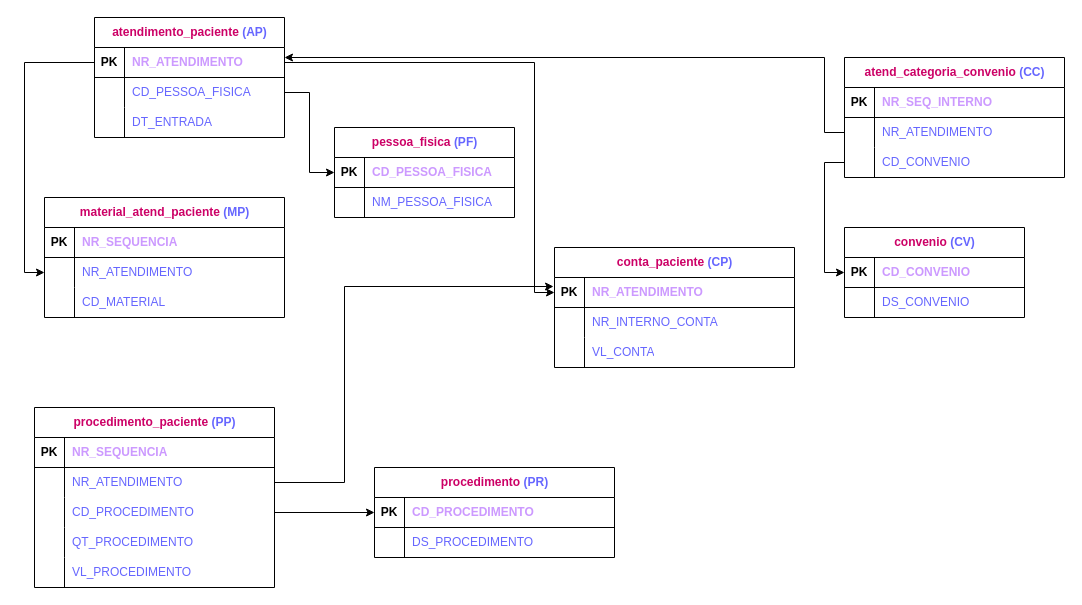
Above: Exercício14.drawio in PatriciaGavloski/diagramas.sql (draw.io), before the change. Source tidied: cells renumbered, new cells numbered last; positions are measured from the earlier drawing's top-left corner, leaving out a move shared by most shapes. Both pictures are drawn from the tidied source at 100%, with x=0, y=0 at pixel (34, 17).
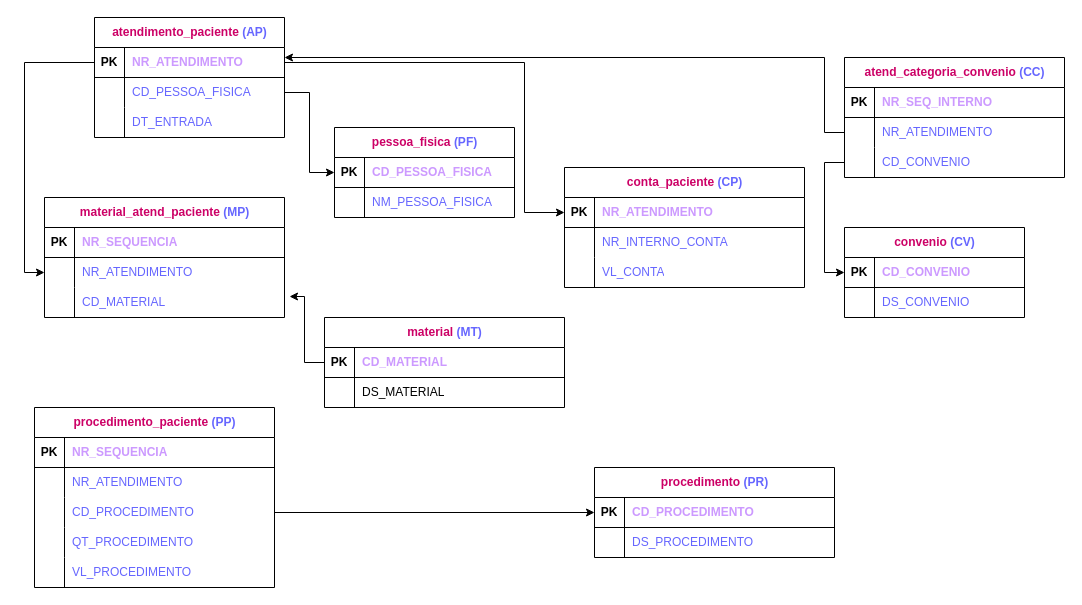
The same page after the edit.

The change refers to these unchanged cells:
```xml
<mxCell id="3" style="shape=tableRow;horizontal=0;startSize=0;swimlaneHead=0;swimlaneBody=0;fillColor=none;points=[[0,0.5],[1,0.5]];portConstraint=eastwest;top=0;left=0;right=0;bottom=1;" parent="2" vertex="1">
  <mxGeometry y="30" width="240" height="30" as="geometry" />
</mxCell>
<mxCell id="13" style="shape=tableRow;horizontal=0;startSize=0;swimlaneHead=0;swimlaneBody=0;fillColor=none;points=[[0,0.5],[1,0.5]];portConstraint=eastwest;top=0;left=0;right=0;bottom=1;" parent="12" vertex="1">
  <mxGeometry y="30" width="190" height="30" as="geometry" />
</mxCell>
<mxCell id="59" style="shape=tableRow;horizontal=0;startSize=0;swimlaneHead=0;swimlaneBody=0;fillColor=none;points=[[0,0.5],[1,0.5]];portConstraint=eastwest;top=0;left=0;right=0;bottom=0;" parent="55" vertex="1">
  <mxGeometry y="60" width="240" height="30" as="geometry" />
</mxCell>
<mxCell id="79" style="shape=tableRow;horizontal=0;startSize=0;swimlaneHead=0;swimlaneBody=0;fillColor=none;points=[[0,0.5],[1,0.5]];portConstraint=eastwest;top=0;left=0;right=0;bottom=0;" parent="72" vertex="1">
  <mxGeometry y="90" width="240" height="30" as="geometry" />
</mxCell>
```

Change to the diagram source:
```diff
@@
     <mxCell id="2" value="&lt;font color=&quot;#cc0066&quot;&gt;conta_paciente&lt;/font&gt;&lt;font color=&quot;#000099&quot;&gt; &lt;/font&gt;&lt;font color=&quot;#6666ff&quot;&gt;(CP)&lt;/font&gt;" style="shape=table;startSize=30;childLayout=tableLayout;rowLines=0;fontStyle=1;align=center;html=1;" parent="1" vertex="1">
-      <mxGeometry x="520" y="230" width="240" height="120" as="geometry" />
+      <mxGeometry x="530" y="150" width="240" height="120" as="geometry" />
     </mxCell>
@@
     <mxCell id="48" value="&lt;font color=&quot;#cc0066&quot;&gt;procedimento &lt;/font&gt;&lt;font color=&quot;#6666ff&quot;&gt;(PR)&lt;/font&gt;" style="shape=table;startSize=30;childLayout=tableLayout;rowLines=0;fontStyle=1;align=center;html=1;" parent="1" vertex="1">
-      <mxGeometry x="340" y="450" width="240" height="90" as="geometry" />
+      <mxGeometry x="560" y="450" width="240" height="90" as="geometry" />
     </mxCell>
@@
     <mxCell id="84" style="edgeStyle=orthogonalEdgeStyle;rounded=0;jettySize=auto;html=1;exitX=1;exitY=0.5;exitDx=0;exitDy=0;entryX=0;entryY=0.5;entryDx=0;entryDy=0;" parent="1" edge="1" source="13" target="3">
       <mxGeometry relative="1" as="geometry">
         <Array as="points">
-          <mxPoint x="500" y="45" />
-          <mxPoint x="500" y="275" />
+          <mxPoint x="490" y="45" />
+          <mxPoint x="490" y="195" />
         </Array>
       </mxGeometry>
     </mxCell>
-    <mxCell id="85" style="edgeStyle=orthogonalEdgeStyle;rounded=0;jettySize=auto;html=1;exitX=1;exitY=0.5;exitDx=0;exitDy=0;entryX=-0.004;entryY=0.3;entryDx=0;entryDy=0;entryPerimeter=0;" parent="1" edge="1" source="59" target="3">
-      <mxGeometry relative="1" as="geometry">
-        <Array as="points">
-          <mxPoint x="310" y="465" />
-          <mxPoint x="310" y="269" />
-        </Array>
-      </mxGeometry>
-    </mxCell>
+    <mxCell id="86" value="&lt;font color=&quot;#cc0066&quot;&gt;material&amp;nbsp;&lt;/font&gt;&lt;font color=&quot;#6666ff&quot;&gt;(MT)&lt;/font&gt;" style="shape=table;startSize=30;childLayout=tableLayout;rowLines=0;fontStyle=1;align=center;html=1;" parent="1" vertex="1">
+      <mxGeometry x="290" y="300" width="240" height="90" as="geometry" />
+    </mxCell>
+    <mxCell id="87" style="shape=tableRow;horizontal=0;startSize=0;swimlaneHead=0;swimlaneBody=0;fillColor=none;points=[[0,0.5],[1,0.5]];portConstraint=eastwest;top=0;left=0;right=0;bottom=1;" parent="86" vertex="1">
+      <mxGeometry y="30" width="240" height="30" as="geometry" />
+    </mxCell>
+    <mxCell id="88" value="PK" style="shape=partialRectangle;fillColor=none;top=0;left=0;bottom=0;right=0;fontStyle=1;overflow=hidden;whiteSpace=wrap;html=1;" parent="87" vertex="1">
+      <mxGeometry width="30" height="30" as="geometry" />
+    </mxCell>
+    <mxCell id="89" value="&lt;font color=&quot;#cc99ff&quot;&gt;CD_MATERIAL&lt;/font&gt;" style="shape=partialRectangle;fillColor=none;top=0;left=0;bottom=0;right=0;align=left;spacingLeft=6;fontStyle=1;overflow=hidden;whiteSpace=wrap;html=1;" parent="87" vertex="1">
+      <mxGeometry x="30" width="210" height="30" as="geometry" />
+    </mxCell>
+    <mxCell id="90" style="shape=tableRow;horizontal=0;startSize=0;swimlaneHead=0;swimlaneBody=0;fillColor=none;top=0;left=0;right=0;bottom=0;" parent="86" vertex="1">
+      <mxGeometry y="60" width="240" height="30" as="geometry" />
+    </mxCell>
+    <mxCell id="91" style="shape=partialRectangle;fillColor=none;top=0;left=0;bottom=0;right=0;overflow=hidden;whiteSpace=wrap;html=1;" parent="90" vertex="1">
+      <mxGeometry width="30" height="30" as="geometry" />
+    </mxCell>
+    <mxCell id="92" value="DS_MATERIAL" style="shape=partialRectangle;fillColor=none;top=0;left=0;bottom=0;right=0;align=left;spacingLeft=6;overflow=hidden;whiteSpace=wrap;html=1;" parent="90" vertex="1">
+      <mxGeometry x="30" width="210" height="30" as="geometry" />
+    </mxCell>
+    <mxCell id="93" style="edgeStyle=orthogonalEdgeStyle;rounded=0;jettySize=auto;html=1;exitX=0;exitY=0.5;exitDx=0;exitDy=0;entryX=1.021;entryY=0.3;entryDx=0;entryDy=0;entryPerimeter=0;" parent="1" edge="1" source="87" target="79">
+      <mxGeometry relative="1" as="geometry" />
+    </mxCell>
```
